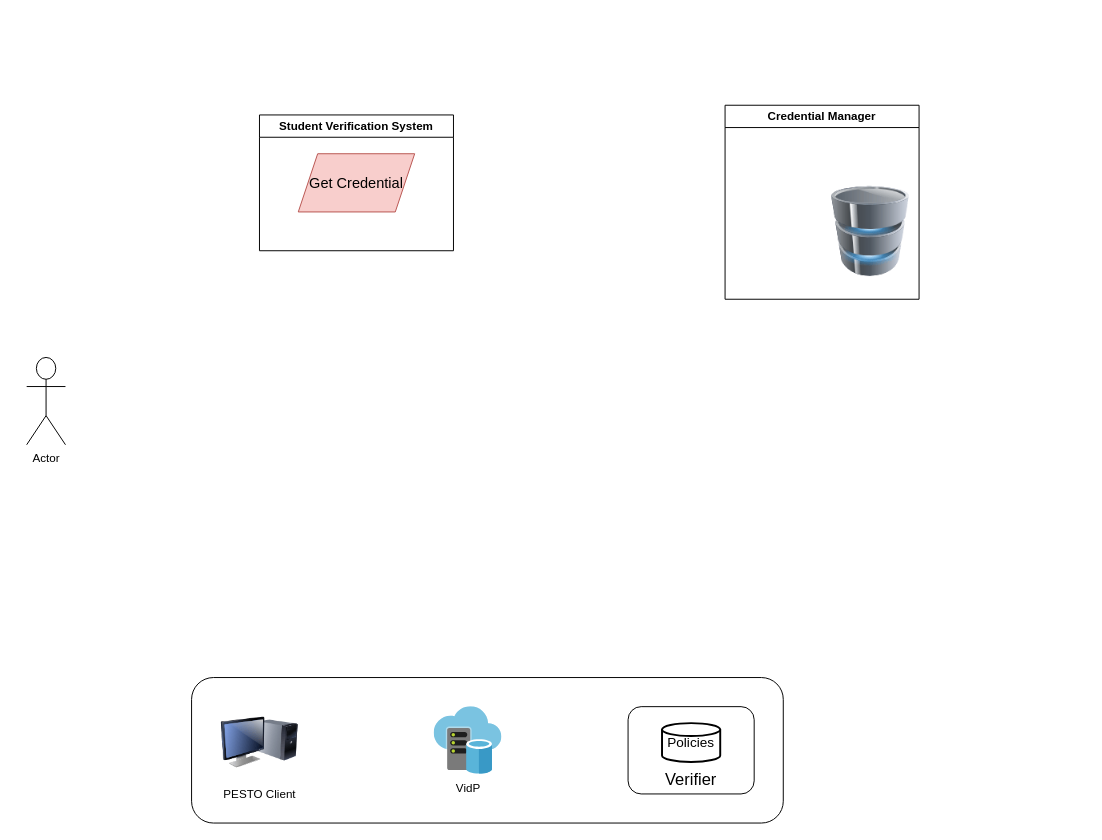
Above: diagramma.drawio in NikosSarrisDev/ESP32_TEMPERATURE_HIMIDITY (draw.io), before the change. Source tidied: cells renumbered, new cells numbered last; positions are measured from the earlier drawing's top-left corner, leaving out a move shared by most shapes. Both pictures are drawn from the tidied source at 97%, with x=0, y=0 at pixel (26, 105).
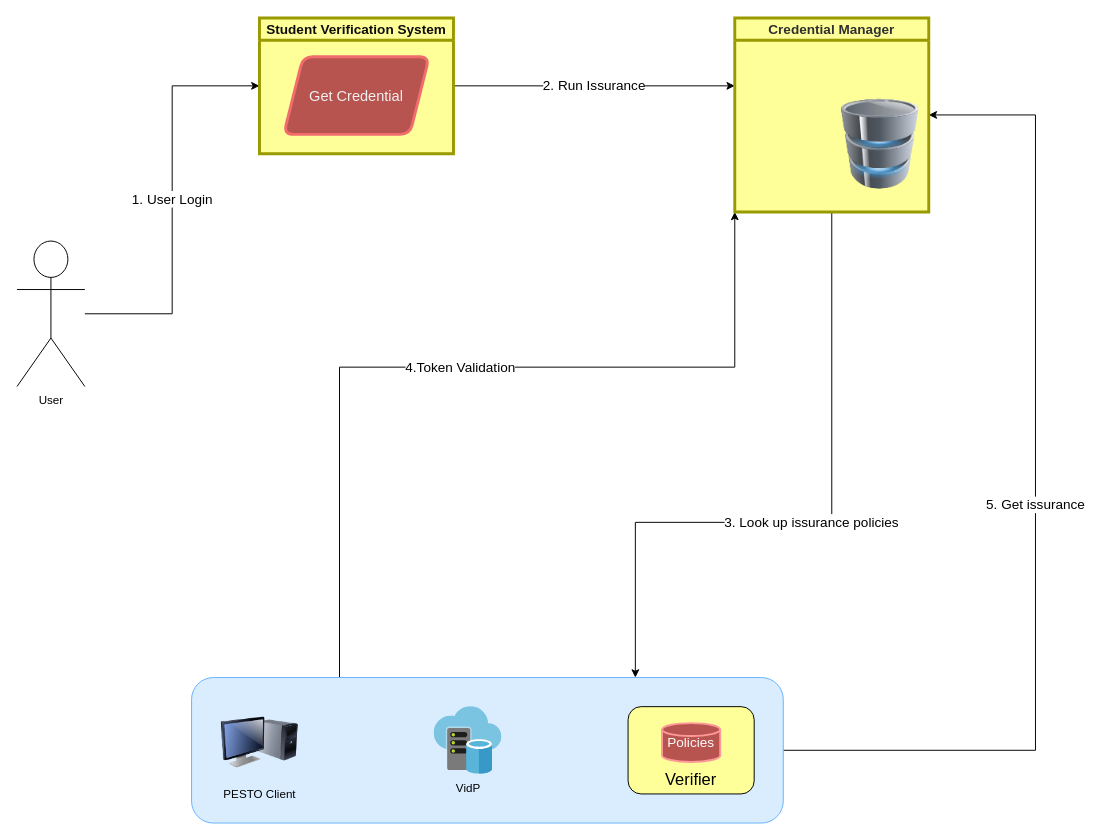
After the change.

Diff of the diagram source:
```diff
@@
+    <mxCell id="12" value="1. User Login" style="edgeStyle=orthogonalEdgeStyle;rounded=0;jettySize=auto;html=1;entryX=0;entryY=0.5;entryDx=0;entryDy=0;fontSize=14;" parent="1" edge="1" source="2" target="3">
+      <mxGeometry relative="1" as="geometry" />
+    </mxCell>
-    <mxCell id="2" value="Actor" style="shape=umlActor;verticalLabelPosition=bottom;verticalAlign=top;html=1;outlineConnect=0;shadow=0;align=center;" parent="1" vertex="1">
-      <mxGeometry y="260" width="40" height="90" as="geometry" />
+    <mxCell id="2" value="User" style="shape=umlActor;verticalLabelPosition=bottom;verticalAlign=top;html=1;outlineConnect=0;shadow=0;align=center;" parent="1" vertex="1">
+      <mxGeometry x="-10" y="140" width="70" height="150" as="geometry" />
     </mxCell>
+    <mxCell id="13" value="2. Run Issurance" style="edgeStyle=orthogonalEdgeStyle;rounded=0;jettySize=auto;html=1;exitX=1;exitY=0.5;exitDx=0;exitDy=0;fontSize=14;" parent="1" edge="1" source="3">
+      <mxGeometry relative="1" as="geometry">
+        <mxPoint x="730" y="-20" as="targetPoint" />
+      </mxGeometry>
+    </mxCell>
-    <mxCell id="3" value="Student Verification System" style="swimlane;whiteSpace=wrap;html=1;" parent="1" vertex="1">
-      <mxGeometry x="240" y="10" width="200" height="140" as="geometry" />
+    <mxCell id="3" value="Student Verification System" style="swimlane;whiteSpace=wrap;html=1;fillColor=#FFFF99;gradientColor=none;swimlaneFillColor=#FFFF99;fontColor=#0D0D0D;fontSize=14;strokeColor=#999900;strokeWidth=3;" parent="1" vertex="1">
+      <mxGeometry x="240" y="-90" width="200" height="140" as="geometry" />
     </mxCell>
-    <mxCell id="4" value="Get Credential" style="shape=parallelogram;perimeter=parallelogramPerimeter;fixedSize=1;strokeColor=#b85450;spacingBottom=0;labelBackgroundColor=none;labelBorderColor=none;whiteSpace=wrap;html=1;fillColor=#f8cecc;fontSize=15;" parent="3" vertex="1">
-      <mxGeometry x="40" y="40" width="120" height="60" as="geometry" />
+    <mxCell id="4" value="Get Credential" style="shape=parallelogram;perimeter=parallelogramPerimeter;fixedSize=1;strokeColor=#F16C6C;spacingBottom=0;labelBackgroundColor=none;labelBorderColor=none;whiteSpace=wrap;html=1;fillColor=#B85450;fontSize=15;strokeWidth=3;fontColor=#F0F0F0;perimeterSpacing=0;rounded=1;" parent="3" vertex="1">
+      <mxGeometry x="25" y="40" width="150" height="80" as="geometry" />
     </mxCell>
+    <mxCell id="14" value="4.Token Validation" style="edgeStyle=orthogonalEdgeStyle;rounded=0;jettySize=auto;html=1;exitX=0.25;exitY=0;exitDx=0;exitDy=0;entryX=0;entryY=1;entryDx=0;entryDy=0;spacing=2;fontSize=14;" parent="1" edge="1" source="5" target="10">
+      <mxGeometry relative="1" as="geometry">
+        <Array as="points">
+          <mxPoint x="323" y="270" />
+          <mxPoint x="730" y="270" />
+        </Array>
+      </mxGeometry>
+    </mxCell>
+    <mxCell id="15" value="5. Get issurance" style="edgeStyle=orthogonalEdgeStyle;rounded=0;jettySize=auto;html=1;exitX=1;exitY=0.5;exitDx=0;exitDy=0;entryX=1;entryY=0.5;entryDx=0;entryDy=0;fontSize=14;" parent="1" edge="1" source="5" target="10">
+      <mxGeometry relative="1" as="geometry">
+        <Array as="points">
+          <mxPoint x="1040" y="665" />
+          <mxPoint x="1040" y="10" />
+        </Array>
+      </mxGeometry>
+    </mxCell>
-    <mxCell id="5" style="rounded=1;whiteSpace=wrap;html=1;" parent="1" vertex="1">
+    <mxCell id="5" style="rounded=1;whiteSpace=wrap;html=1;fillColor=#D9EDFF;strokeColor=#66B2FF;" parent="1" vertex="1">
       <mxGeometry x="170" y="590" width="610" height="150" as="geometry" />
     </mxCell>
-    <mxCell id="6" value="PESTO Client" style="image;html=1;image=img/lib/clip_art/computers/Monitor_Tower_128x128.png;" parent="1" vertex="1">
+    <mxCell id="6" value="PESTO Client" style="image;html=1;image=img/lib/clip_art/computers/Monitor_Tower_128x128.png;labelBackgroundColor=none;" parent="1" vertex="1">
       <mxGeometry x="200" y="617" width="80" height="80" as="geometry" />
     </mxCell>
-    <mxCell id="7" value="VidP" style="image;sketch=0;html=1;align=center;fontSize=12;image=img/lib/mscae/Virtual_Datacenter.svg;" parent="1" vertex="1">
+    <mxCell id="7" value="VidP" style="image;sketch=0;html=1;align=center;fontSize=12;image=img/lib/mscae/Virtual_Datacenter.svg;labelBackgroundColor=none;" parent="1" vertex="1">
       <mxGeometry x="420" y="620" width="70" height="70" as="geometry" />
     </mxCell>
-    <mxCell id="8" value="&lt;br&gt;&lt;br&gt;&lt;br&gt;Verifier" style="rounded=1;whiteSpace=wrap;html=1;glass=0;shadow=0;fontSize=17;" parent="1" vertex="1">
+    <mxCell id="8" value="&lt;br&gt;&lt;br&gt;&lt;br&gt;Verifier" style="rounded=1;whiteSpace=wrap;html=1;glass=0;shadow=0;fontSize=17;fillColor=#FFFF99;" parent="1" vertex="1">
       <mxGeometry x="620" y="620" width="130" height="90" as="geometry" />
     </mxCell>
-    <mxCell id="9" value="Policies" style="strokeWidth=2;html=1;shape=mxgraph.flowchart.database;whiteSpace=wrap;labelBackgroundColor=none;fontSize=14;" parent="1" vertex="1">
+    <mxCell id="9" value="Policies" style="strokeWidth=2;html=1;shape=mxgraph.flowchart.database;whiteSpace=wrap;labelBackgroundColor=none;fontSize=14;fillColor=#B85450;strokeColor=#FF9999;fontColor=#FCFCFC;" parent="1" vertex="1">
       <mxGeometry x="655" y="637" width="60" height="40" as="geometry" />
     </mxCell>
+    <mxCell id="16" value="3. Look up issurance policies" style="edgeStyle=orthogonalEdgeStyle;rounded=0;jettySize=auto;html=1;exitX=0.5;exitY=1;exitDx=0;exitDy=0;entryX=0.75;entryY=0;entryDx=0;entryDy=0;fontSize=14;" parent="1" edge="1" source="10" target="5">
+      <mxGeometry relative="1" as="geometry">
+        <Array as="points">
+          <mxPoint x="830" y="430" />
+          <mxPoint x="627" y="430" />
+        </Array>
+      </mxGeometry>
+    </mxCell>
-    <mxCell id="10" value="Credential Manager" style="swimlane;whiteSpace=wrap;html=1;" parent="1" vertex="1">
-      <mxGeometry x="720" width="200" height="200" as="geometry" />
+    <mxCell id="10" value="Credential Manager" style="swimlane;whiteSpace=wrap;html=1;startSize=23;swimlaneFillColor=#FFFF99;fillColor=#FFFF99;strokeColor=#999900;fontColor=#303030;fontSize=14;labelBorderColor=none;strokeWidth=3;" parent="1" vertex="1">
+      <mxGeometry x="730" y="-90" width="200" height="200" as="geometry" />
     </mxCell>
```
